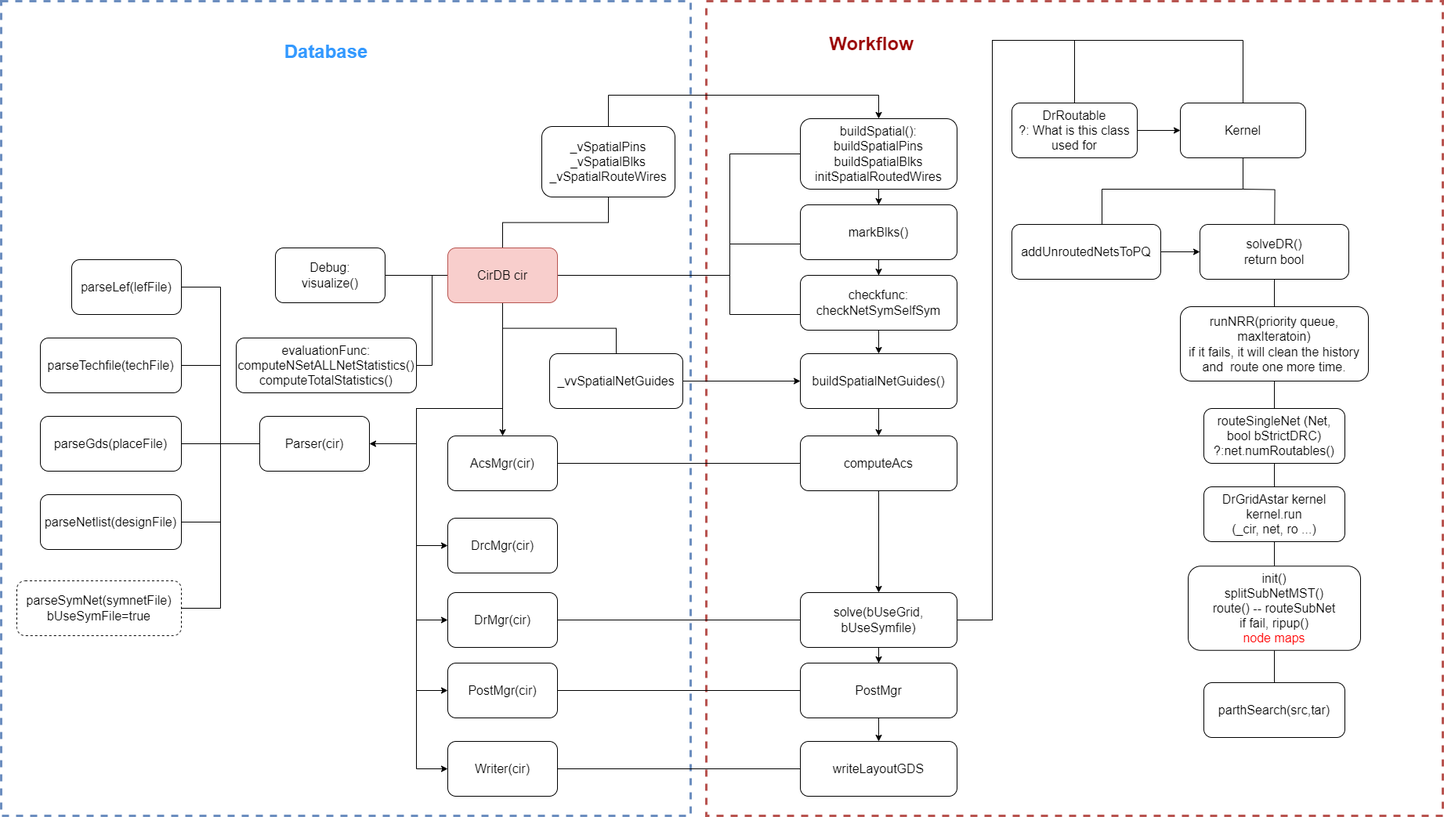
This is anaroute.drawio.png from ajiann/drawio, a draw.io export, as it was before one commit. Source tidied: cells renumbered, new cells last; positions are measured from the earlier drawing's top-left corner, leaving out a move shared by most shapes.
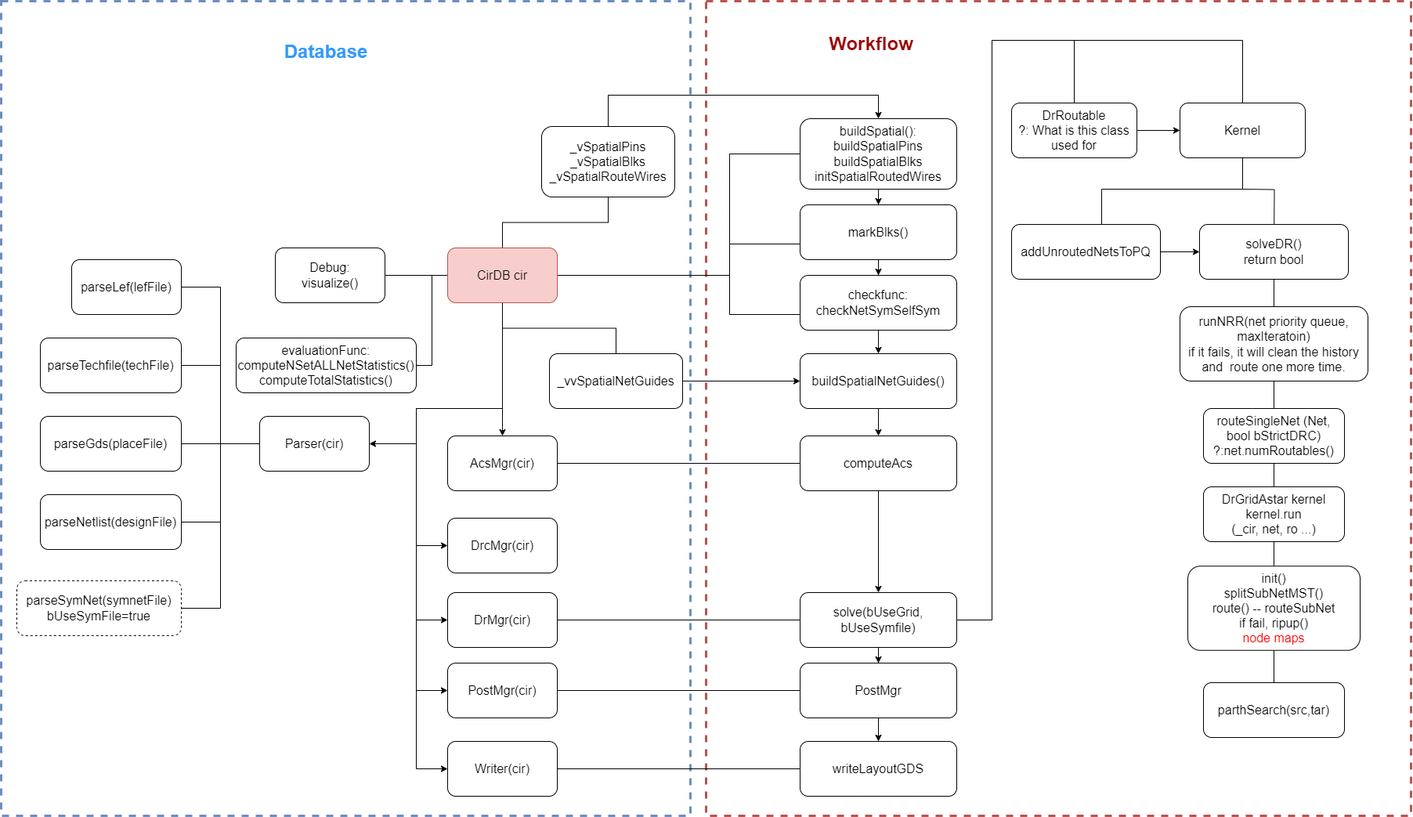
Later version of the same file.

The edit, as a diff of the source:
```diff
@@ -3,7 +3,7 @@
     <mxCell id="0" />
     <mxCell id="1" parent="0" />
     <mxCell id="2" style="rounded=0;whiteSpace=wrap;html=1;strokeColor=#b85450;align=center;verticalAlign=middle;fontFamily=Helvetica;fontSize=12;fillColor=none;strokeWidth=3;dashed=1;" parent="1" vertex="1">
-      <mxGeometry x="900" width="940" height="1040" as="geometry" />
+      <mxGeometry x="900" width="900" height="1040" as="geometry" />
     </mxCell>
     <mxCell id="3" style="rounded=0;whiteSpace=wrap;html=1;strokeColor=#6c8ebf;align=center;verticalAlign=middle;fontFamily=Helvetica;fontSize=12;fillColor=none;strokeWidth=3;dashed=1;" parent="1" vertex="1">
       <mxGeometry width="880" height="1040" as="geometry" />
@@ -261,7 +261,7 @@
     <mxCell id="68" style="edgeStyle=orthogonalEdgeStyle;rounded=0;jettySize=auto;html=1;entryX=0.5;entryY=0;entryDx=0;entryDy=0;fontFamily=Helvetica;fontSize=12;fontColor=default;endArrow=none;endFill=0;exitX=0.5;exitY=1;exitDx=0;exitDy=0;" parent="1" edge="1" source="69" target="71">
       <mxGeometry relative="1" as="geometry" />
     </mxCell>
-    <mxCell id="69" value="runNRR(priority queue, maxIteratoin)&lt;div style=&quot;font-size: 16px;&quot;&gt;if it fails, it will clean the history and&amp;nbsp; route one more time.&lt;/div&gt;" style="rounded=1;whiteSpace=wrap;html=1;fontSize=16;" parent="1" vertex="1">
+    <mxCell id="69" value="runNRR(net priority queue, maxIteratoin)&lt;div style=&quot;font-size: 16px;&quot;&gt;if it fails, it will clean the history and&amp;nbsp; route one more time.&lt;/div&gt;" style="rounded=1;whiteSpace=wrap;html=1;fontSize=16;" parent="1" vertex="1">
       <mxGeometry x="1505" y="390" width="240" height="95" as="geometry" />
     </mxCell>
     <mxCell id="70" style="edgeStyle=orthogonalEdgeStyle;rounded=0;jettySize=auto;html=1;fontFamily=Helvetica;fontSize=12;fontColor=default;endArrow=none;endFill=0;" parent="1" edge="1" source="71" target="73">
```
